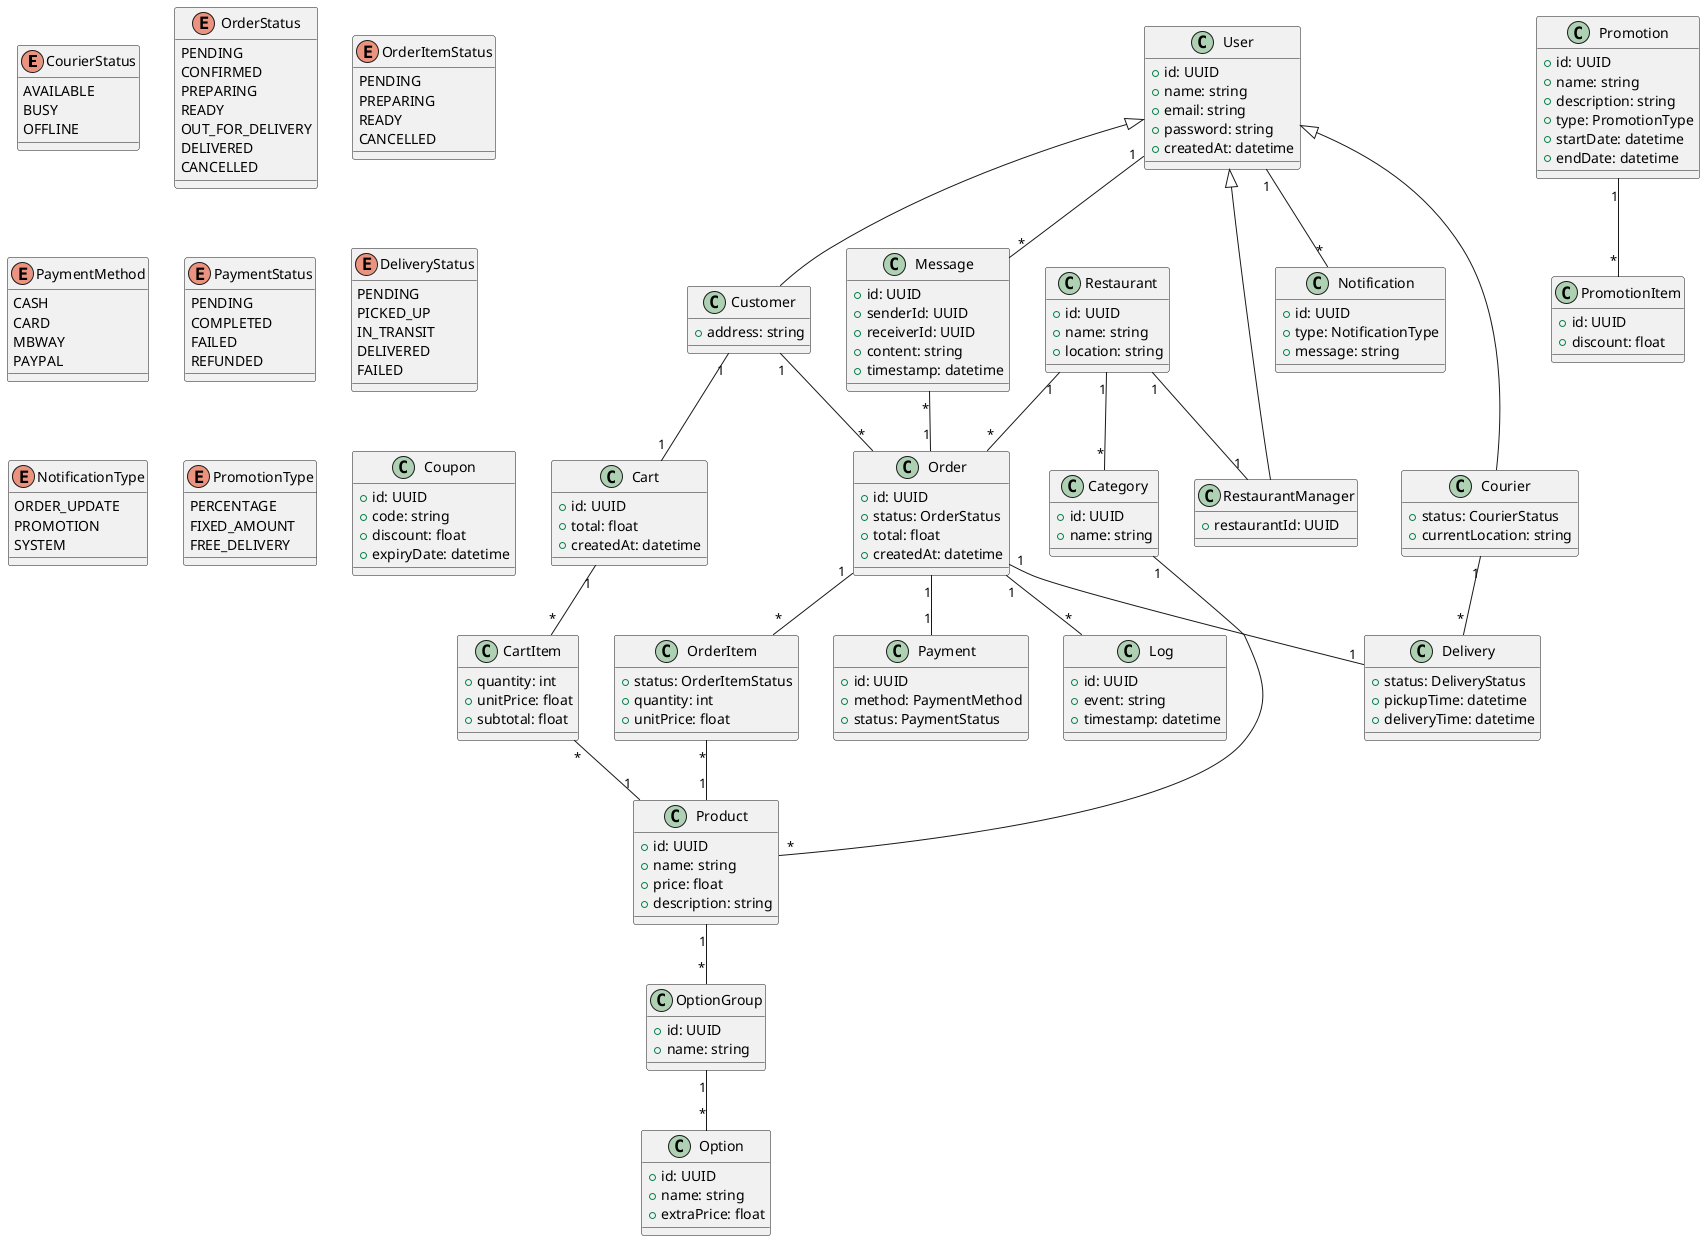
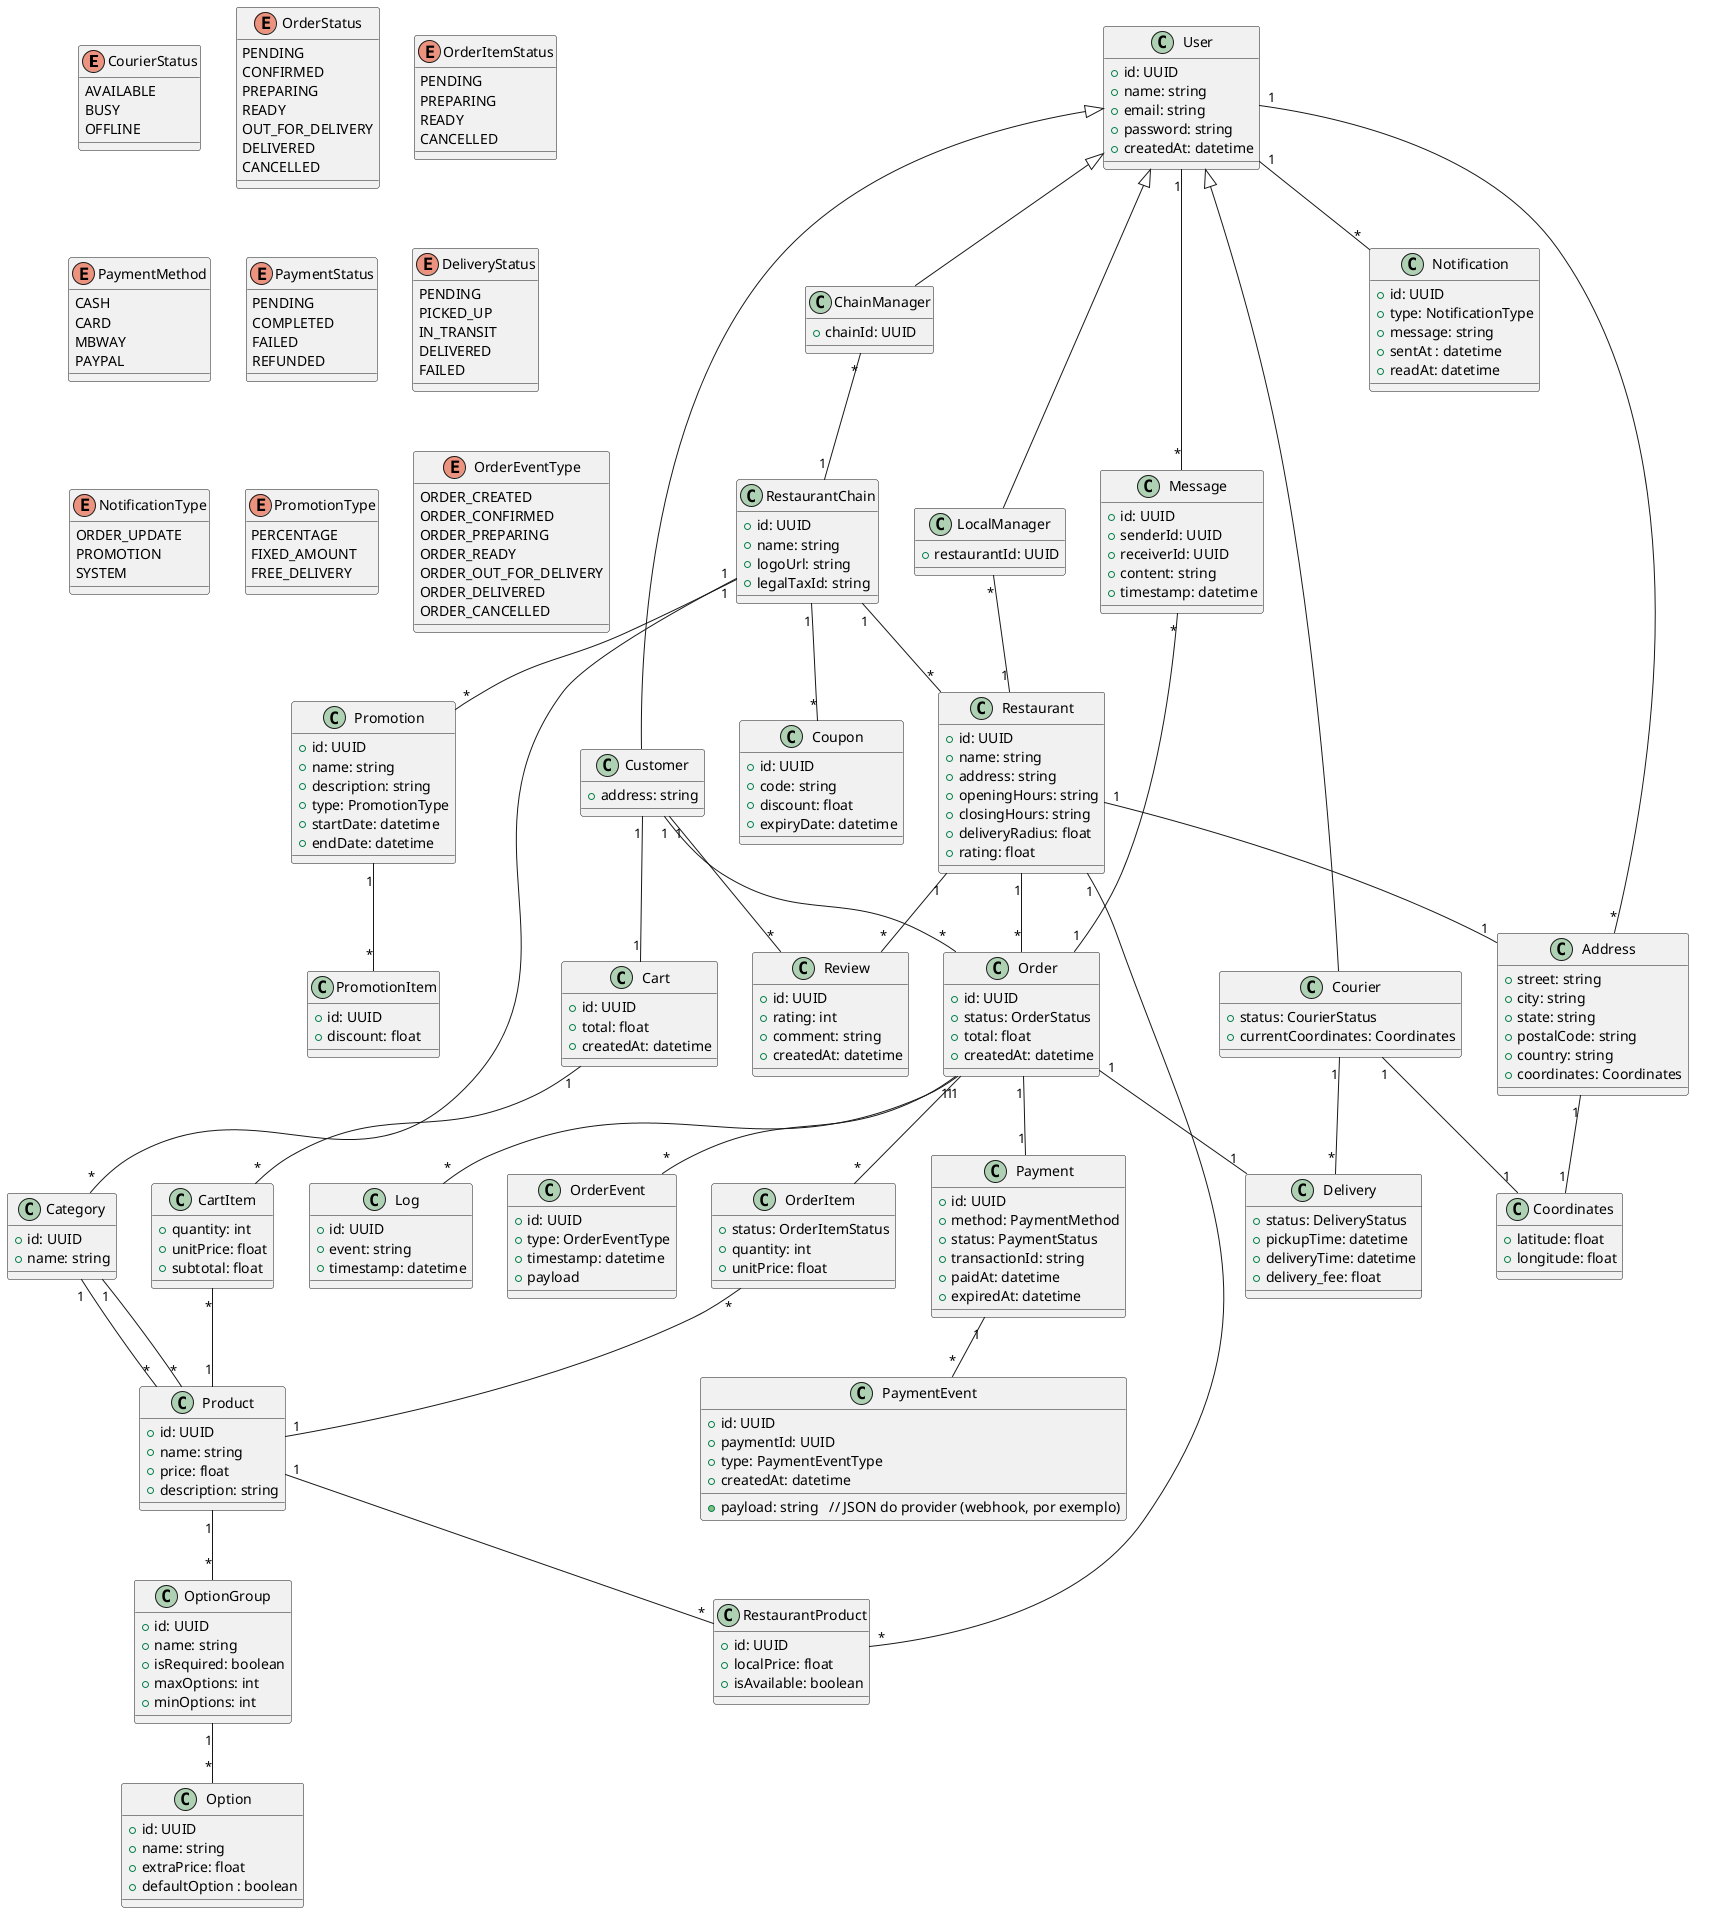
@startuml

' =======================
' ENUMS
' =======================

enum CourierStatus {
    AVAILABLE
    BUSY
    OFFLINE
}

enum OrderStatus {
    PENDING
    CONFIRMED
    PREPARING
    READY
    OUT_FOR_DELIVERY
    DELIVERED
    CANCELLED
}

enum OrderItemStatus {
    PENDING
    PREPARING
    READY
    CANCELLED
}

enum PaymentMethod {
    CASH
    CARD
    MBWAY
    PAYPAL
}

enum PaymentStatus {
    PENDING
    COMPLETED
    FAILED
    REFUNDED
}

enum DeliveryStatus {
    PENDING
    PICKED_UP
    IN_TRANSIT
    DELIVERED
    FAILED
}

enum NotificationType {
    ORDER_UPDATE
    PROMOTION
    SYSTEM
}

enum PromotionType {
    PERCENTAGE
    FIXED_AMOUNT
    FREE_DELIVERY
}

+ enum OrderEventType {
+     ORDER_CREATED
+     ORDER_CONFIRMED
+     ORDER_PREPARING
+     ORDER_READY
+     ORDER_OUT_FOR_DELIVERY
+     ORDER_DELIVERED
+     ORDER_CANCELLED
+ }
+ 
' =======================
' USERS
' =======================

class User {
    +id: UUID
    +name: string
    +email: string
    +password: string
    +createdAt: datetime
}

class Customer {
    +address: string
}

+ class RestaurantChain {
+     +id: UUID
+     +name: string
+     +logoUrl: string
+     +legalTaxId: string
+ }
+ 
class Restaurant {
    +id: UUID
    +name: string
-     +location: string
- }
- 
- class RestaurantManager {
+     +address: string
+     +openingHours: string
+     +closingHours: string
+     +deliveryRadius: float
+     +rating: float
+ }
+ 
+ class ChainManager {
+     +chainId: UUID
+ }
+ 
+ class LocalManager {
    +restaurantId: UUID
}
- 
class Courier {
    +status: CourierStatus
-     +currentLocation: string
+     +currentCoordinates: Coordinates
}

User <|-- Customer
User <|-- Courier
- User <|-- RestaurantManager
- 
+ User <|-- ChainManager
+ User <|-- LocalManager
+ ChainManager "*" -- "1" RestaurantChain
+ LocalManager "*" -- "1" Restaurant
+ 
+ User "1"-- "*" Address
' =======================
' MENU
' =======================

class Category {
    +id: UUID
    +name: string
}

class Product {
    +id: UUID
    +name: string
    +price: float
    +description: string
}

class OptionGroup {
    +id: UUID
    +name: string
+     +isRequired: boolean
+     +maxOptions: int
+     +minOptions: int
}

class Option {
    +id: UUID
    +name: string
    +extraPrice: float
+     +defaultOption : boolean
}

Product "1" -- "*" OptionGroup
OptionGroup "1" -- "*" Option

- Restaurant "1" -- "1" RestaurantManager
- Restaurant "1" -- "*" Category
+ Restaurant "1"-- "1" Address
Category "1" -- "*" Product
+ 
+ class RestaurantProduct {
+     +id: UUID
+     +localPrice: float
+     +isAvailable: boolean
+ }
+ 
+ ' Relacionamentos da Cadeia
+ RestaurantChain "1" -- "*" Restaurant
+ RestaurantChain "1" -- "*" Category
+ RestaurantChain "1" -- "*" Promotion
+ RestaurantChain "1" -- "*" Coupon
+ Category "1" -- "*" Product
+ 
+ ' Lógica de Preços Locais (Ponte)
+ Restaurant "1" -- "*" RestaurantProduct
+ Product "1" -- "*" RestaurantProduct

' =======================
' CART
' =======================

class Cart {
    +id: UUID
    +total: float
    +createdAt: datetime
}

class CartItem {
    +quantity: int
    +unitPrice: float
    +subtotal: float
}

Customer "1" -- "1" Cart
Cart "1" -- "*" CartItem
CartItem "*" -- "1" Product

' =======================
' ORDER
' =======================

class Order {
    +id: UUID
    +status: OrderStatus
    +total: float
    +createdAt: datetime
}

class OrderItem {
    +status: OrderItemStatus
    +quantity: int
    +unitPrice: float
}

+ class OrderEvent {
+     +id: UUID
+     +type: OrderEventType
+     +timestamp: datetime
+     +payload
+ }
+ 
Customer "1" -- "*" Order
Restaurant "1" -- "*" Order
Order "1" -- "*" OrderItem
+ Order "1" -- "*" OrderEvent
OrderItem "*" -- "1" Product

' =======================
' PAYMENT
' =======================

class Payment {
    +id: UUID
    +method: PaymentMethod
    +status: PaymentStatus
+     +transactionId: string
+     +paidAt: datetime
+     +expiredAt: datetime
+ }
+ 
+ class PaymentEvent {
+     +id: UUID
+     +paymentId: UUID
+     +type: PaymentEventType
+     +payload: string   // JSON do provider (webhook, por exemplo)
+     +createdAt: datetime
}

Order "1" -- "1" Payment
- 
+ Payment "1" -- "*" PaymentEvent
' =======================
' DELIVERY
' =======================

class Delivery {
    +status: DeliveryStatus
    +pickupTime: datetime
    +deliveryTime: datetime
+     +delivery_fee: float
}

Courier "1" -- "*" Delivery
Order "1" -- "1" Delivery

' =======================
' LOGS
' =======================

class Log {
    +id: UUID
    +event: string
    +timestamp: datetime
}

Order "1" -- "*" Log

' =======================
' NOTIFICATIONS & CHAT
' =======================

class Notification {
    +id: UUID
    +type: NotificationType
    +message: string
+     +sentAt : datetime
+     +readAt: datetime
}

User "1" -- "*" Notification

class Message {
    +id: UUID
    +senderId: UUID
    +receiverId: UUID
    +content: string
    +timestamp: datetime
}

User "1" -- "*" Message
Message "*" -- "1" Order

' =======================
' PROMOTIONS
' =======================

class Coupon {
    +id: UUID
    +code: string
    +discount: float
    +expiryDate: datetime
}

class Promotion {
    +id: UUID
    +name: string
    +description: string
    +type: PromotionType
    +startDate: datetime
    +endDate: datetime
}

class PromotionItem {
    +id: UUID
    +discount: float
}

Promotion "1" -- "*" PromotionItem

+ 
+ ' =======================
+ ' Reviews
+ ' =======================
+ 
+ class Review {
+     +id: UUID
+     +rating: int
+     +comment: string
+     +createdAt: datetime
+ }
+ 
+ Customer "1" -- "*" Review
+ Restaurant "1" -- "*" Review
+ 
+ ' =======================
+ ' Address
+ ' =======================
+ 
+ class Coordinates {
+     +latitude: float
+     +longitude: float
+ }
+ 
+ class Address {
+     +street: string
+     +city: string
+     +state: string
+     +postalCode: string
+     +country: string
+     +coordinates: Coordinates
+ }
+ 
+ Address "1" -- "1" Coordinates
+ Courier "1" -- "1" Coordinates
+ 
@enduml